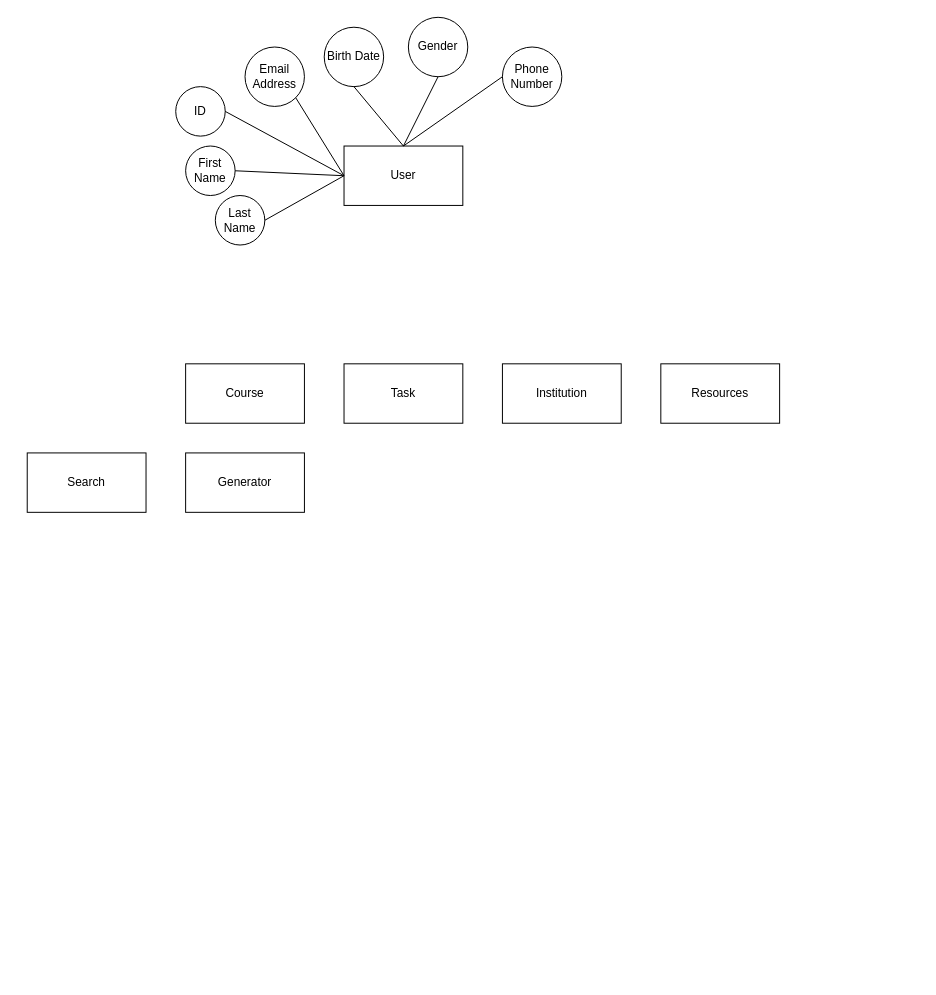
This is diagrams/db/DatabaseER.drawio from Apollo-LW/Apollo-LW, a draw.io file, before an edit. Source tidied: cells renumbered, new cells numbered last; positions are measured from the earlier drawing's top-left corner, leaving out a move shared by most shapes. Both pictures are drawn from the tidied source at 99%, with x=0, y=0 at pixel (27, 17).
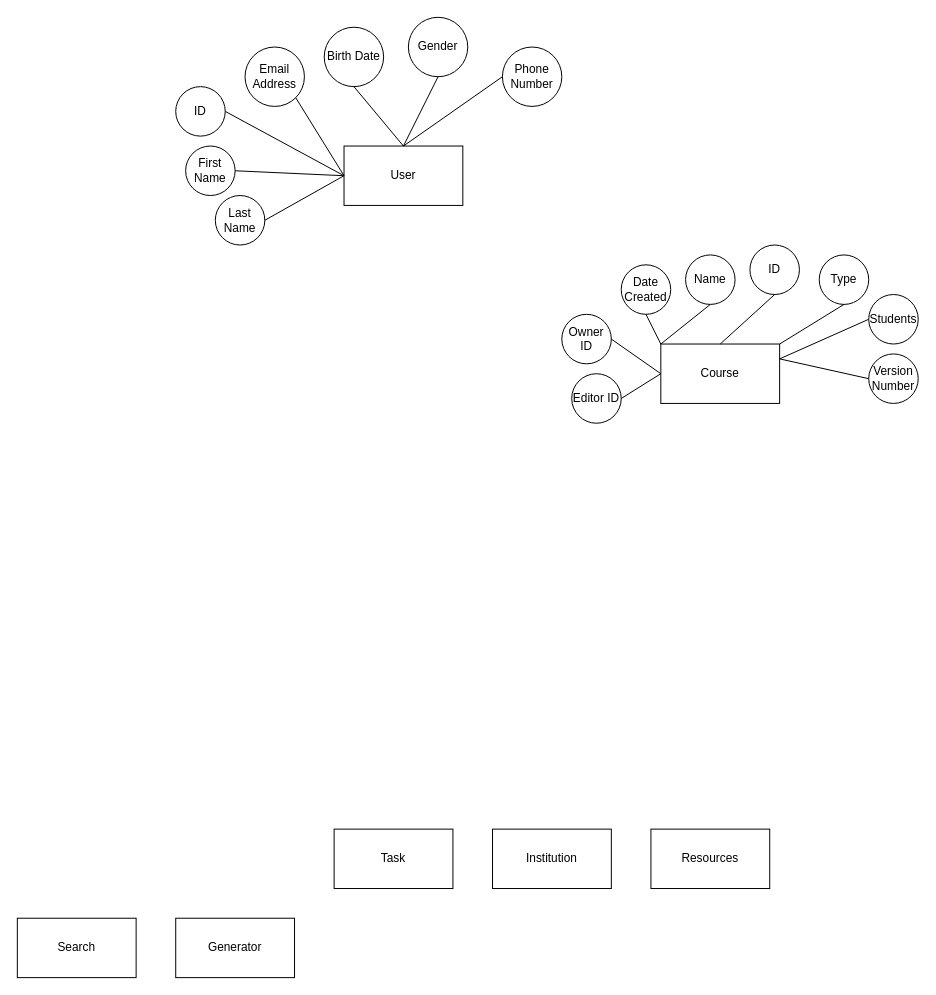
The same diagram, later.

Commit message:
Add course data model

Change to the diagram source:
```diff
@@
     <mxCell id="3" value="Course" style="rounded=0;whiteSpace=wrap;html=1;" parent="1" vertex="1">
-      <mxGeometry x="160" y="350" width="120" height="60" as="geometry" />
+      <mxGeometry x="640" y="330" width="120" height="60" as="geometry" />
     </mxCell>
     <mxCell id="4" value="Task" style="rounded=0;whiteSpace=wrap;html=1;" parent="1" vertex="1">
-      <mxGeometry x="320" y="350" width="120" height="60" as="geometry" />
+      <mxGeometry x="310" y="820" width="120" height="60" as="geometry" />
     </mxCell>
     <mxCell id="5" value="Institution" style="rounded=0;whiteSpace=wrap;html=1;" parent="1" vertex="1">
-      <mxGeometry x="480" y="350" width="120" height="60" as="geometry" />
+      <mxGeometry x="470" y="820" width="120" height="60" as="geometry" />
     </mxCell>
     <mxCell id="6" value="Resources" style="rounded=0;whiteSpace=wrap;html=1;" parent="1" vertex="1">
-      <mxGeometry x="640" y="350" width="120" height="60" as="geometry" />
+      <mxGeometry x="630" y="820" width="120" height="60" as="geometry" />
     </mxCell>
     <mxCell id="7" value="Search" style="rounded=0;whiteSpace=wrap;html=1;" parent="1" vertex="1">
-      <mxGeometry y="440" width="120" height="60" as="geometry" />
+      <mxGeometry x="-10" y="910" width="120" height="60" as="geometry" />
     </mxCell>
     <mxCell id="8" value="Generator" style="rounded=0;whiteSpace=wrap;html=1;" parent="1" vertex="1">
-      <mxGeometry x="160" y="440" width="120" height="60" as="geometry" />
+      <mxGeometry x="150" y="910" width="120" height="60" as="geometry" />
     </mxCell>
@@
+    <mxCell id="23" value="Name" style="ellipse;whiteSpace=wrap;html=1;" parent="1" vertex="1">
+      <mxGeometry x="665" y="240" width="50" height="50" as="geometry" />
+    </mxCell>
+    <mxCell id="24" value="Date Created" style="ellipse;whiteSpace=wrap;html=1;" parent="1" vertex="1">
+      <mxGeometry x="600" y="250" width="50" height="50" as="geometry" />
+    </mxCell>
+    <mxCell id="25" value="ID" style="ellipse;whiteSpace=wrap;html=1;" parent="1" vertex="1">
+      <mxGeometry x="730" y="230" width="50" height="50" as="geometry" />
+    </mxCell>
+    <mxCell id="26" value="Version Number" style="ellipse;whiteSpace=wrap;html=1;" parent="1" vertex="1">
+      <mxGeometry x="850" y="340" width="50" height="50" as="geometry" />
+    </mxCell>
+    <mxCell id="27" value="Owner ID" style="ellipse;whiteSpace=wrap;html=1;" parent="1" vertex="1">
+      <mxGeometry x="540" y="300" width="50" height="50" as="geometry" />
+    </mxCell>
+    <mxCell id="28" value="Editor ID" style="ellipse;whiteSpace=wrap;html=1;" parent="1" vertex="1">
+      <mxGeometry x="550" y="360" width="50" height="50" as="geometry" />
+    </mxCell>
+    <mxCell id="29" value="Type" style="ellipse;whiteSpace=wrap;html=1;" parent="1" vertex="1">
+      <mxGeometry x="800" y="240" width="50" height="50" as="geometry" />
+    </mxCell>
+    <mxCell id="30" value="Students" style="ellipse;whiteSpace=wrap;html=1;" parent="1" vertex="1">
+      <mxGeometry x="850" y="280" width="50" height="50" as="geometry" />
+    </mxCell>
+    <mxCell id="31" style="endArrow=none;html=1;rounded=0;exitX=1;exitY=0.5;exitDx=0;exitDy=0;entryX=0;entryY=0.5;entryDx=0;entryDy=0;" parent="1" edge="1" source="27" target="3">
+      <mxGeometry relative="1" as="geometry" />
+    </mxCell>
+    <mxCell id="32" style="endArrow=none;html=1;rounded=0;exitX=0.5;exitY=1;exitDx=0;exitDy=0;entryX=0;entryY=0;entryDx=0;entryDy=0;" parent="1" edge="1" source="24" target="3">
+      <mxGeometry relative="1" as="geometry" />
+    </mxCell>
+    <mxCell id="33" style="endArrow=none;html=1;rounded=0;exitX=0.5;exitY=1;exitDx=0;exitDy=0;entryX=0;entryY=0;entryDx=0;entryDy=0;" parent="1" edge="1" source="23" target="3">
+      <mxGeometry relative="1" as="geometry" />
+    </mxCell>
+    <mxCell id="34" style="endArrow=none;html=1;rounded=0;exitX=0.5;exitY=1;exitDx=0;exitDy=0;entryX=0.5;entryY=0;entryDx=0;entryDy=0;" parent="1" edge="1" source="25" target="3">
+      <mxGeometry relative="1" as="geometry" />
+    </mxCell>
+    <mxCell id="35" style="endArrow=none;html=1;rounded=0;exitX=0.5;exitY=1;exitDx=0;exitDy=0;entryX=1;entryY=0;entryDx=0;entryDy=0;" parent="1" edge="1" source="29" target="3">
+      <mxGeometry relative="1" as="geometry" />
+    </mxCell>
+    <mxCell id="36" style="endArrow=none;html=1;rounded=0;exitX=0;exitY=0.5;exitDx=0;exitDy=0;entryX=1;entryY=0.25;entryDx=0;entryDy=0;" parent="1" edge="1" source="30" target="3">
+      <mxGeometry relative="1" as="geometry" />
+    </mxCell>
+    <mxCell id="37" style="endArrow=none;html=1;rounded=0;exitX=0;exitY=0.5;exitDx=0;exitDy=0;entryX=1;entryY=0.25;entryDx=0;entryDy=0;" parent="1" edge="1" source="26" target="3">
+      <mxGeometry relative="1" as="geometry" />
+    </mxCell>
+    <mxCell id="38" style="endArrow=none;html=1;rounded=0;exitX=0;exitY=0.5;exitDx=0;exitDy=0;entryX=1;entryY=0.5;entryDx=0;entryDy=0;" parent="1" edge="1" source="3" target="28">
+      <mxGeometry relative="1" as="geometry" />
+    </mxCell>
```
